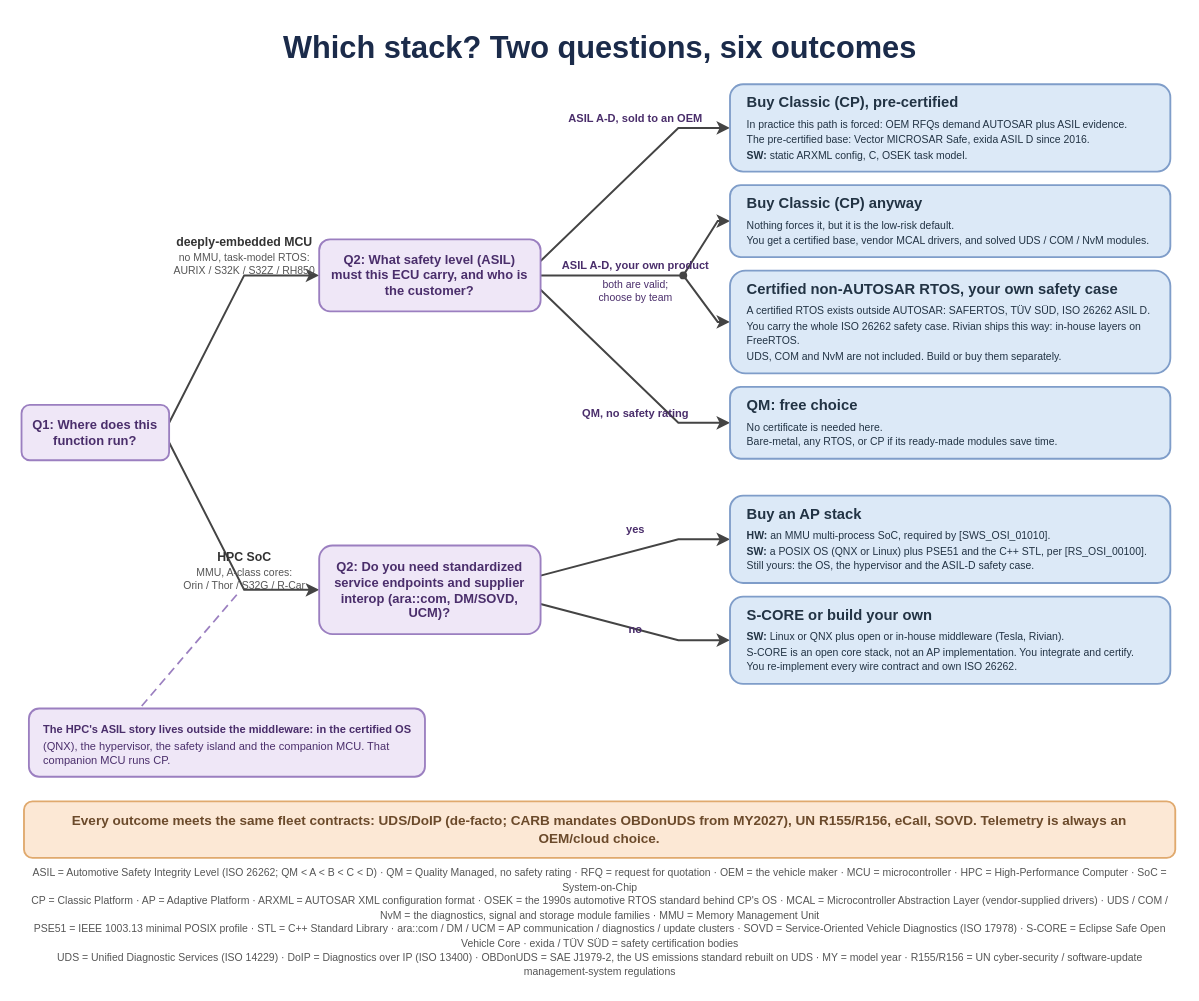
Before: page "stack-decision-tree" (4 of 5) of autosar/slides/assets/autosar-diagrams.drawio in tinhhayho/ros2_research, a draw.io diagram. Source tidied: cells renumbered, new cells numbered last; positions are measured from the earlier drawing's top-left corner, leaving out a move shared by most shapes. Both pictures are drawn from the tidied source at 123%, with x=0, y=0 at pixel (21, 21).
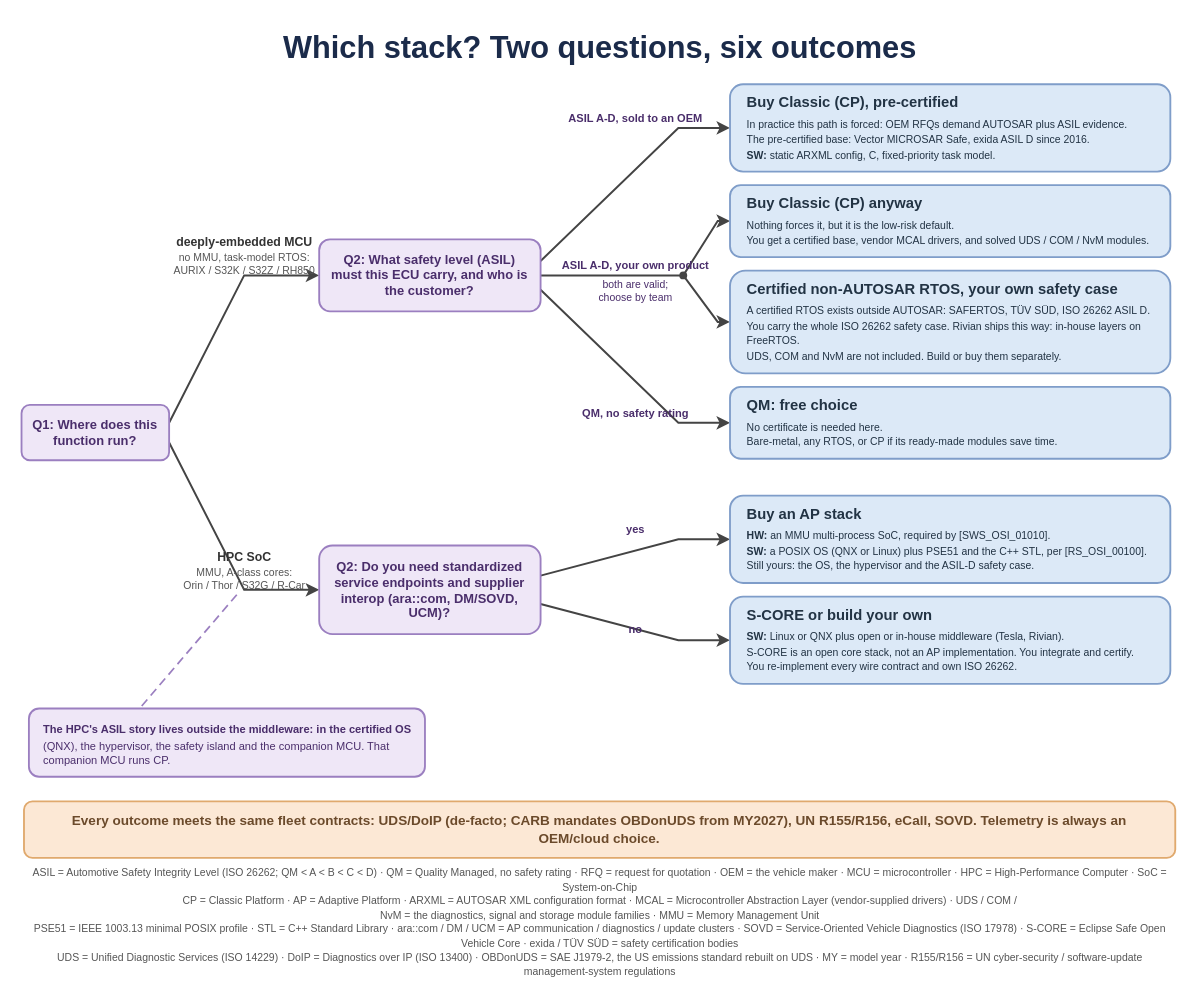
Above is the later version.

Change to the diagram source:
```diff
@@
-    <mxCell id="31" value="&lt;b&gt;SW:&lt;/b&gt; static ARXML config, C, OSEK task model." style="text;html=1;align=left;verticalAlign=middle;fontSize=8.5;fontColor=#223344;" parent="1" vertex="1">
+    <mxCell id="31" value="&lt;b&gt;SW:&lt;/b&gt; static ARXML config, C, fixed-priority task model." style="text;html=1;align=left;verticalAlign=middle;fontSize=8.5;fontColor=#223344;" parent="1" vertex="1">
       <mxGeometry x="588" y="101" width="340" height="15" as="geometry" />
     </mxCell>
@@
-    <mxCell id="62" value="CP = Classic Platform · AP = Adaptive Platform · ARXML = AUTOSAR XML configuration format · OSEK = the 1990s automotive RTOS standard behind CP's OS · MCAL = Microcontroller Abstraction Layer (vendor-supplied drivers) · UDS / COM /" style="text;html=1;align=center;verticalAlign=middle;fontSize=8.5;fontColor=#555555;" parent="1" vertex="1">
+    <mxCell id="62" value="CP = Classic Platform · AP = Adaptive Platform · ARXML = AUTOSAR XML configuration format · MCAL = Microcontroller Abstraction Layer (vendor-supplied drivers) · UDS / COM /" style="text;html=1;align=center;verticalAlign=middle;fontSize=8.5;fontColor=#555555;" parent="1" vertex="1">
       <mxGeometry y="708" width="940" height="14" as="geometry" />
     </mxCell>
```
